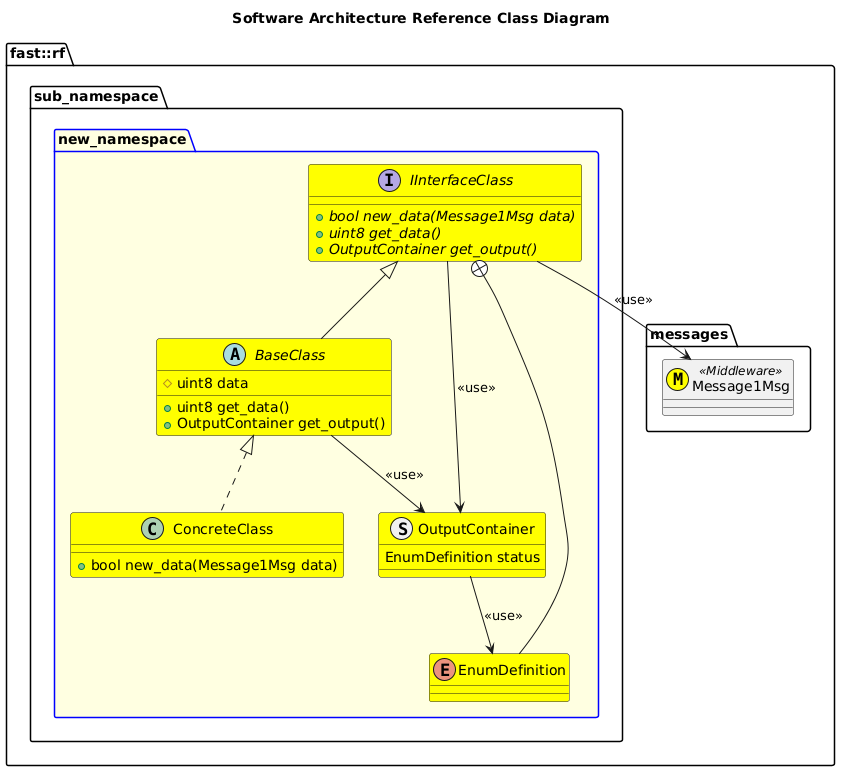
Before: doc/ADR/015-ADRSoftwareArchitectureDesignReference/puml/SoftwareArchitectureReferenceClassDiagram.png, a diagram exported from PlantUML (fastrobotics/robot_framework).
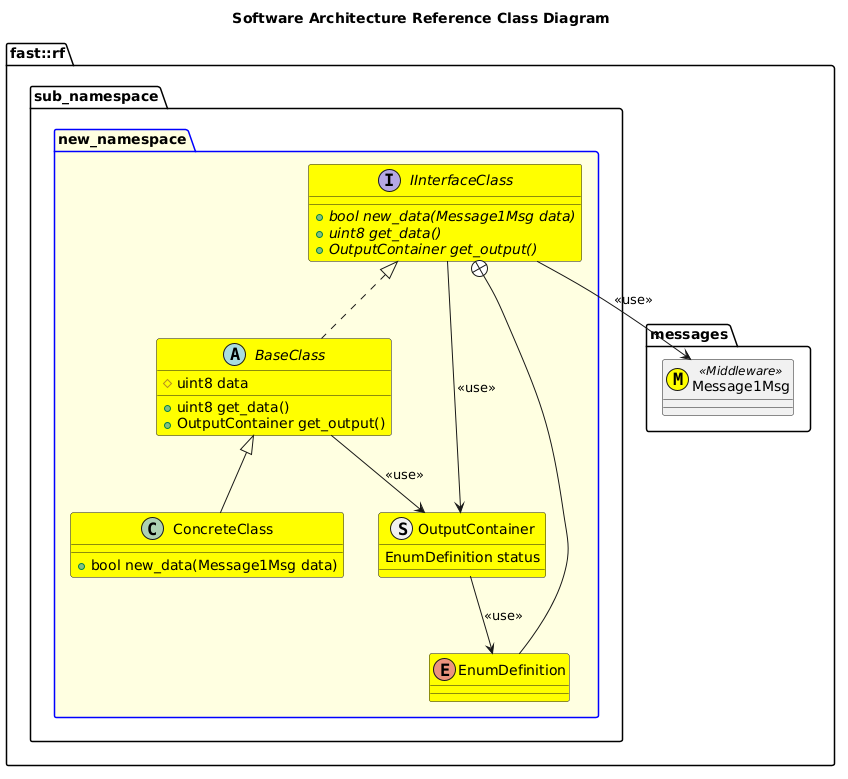
After the change.

The edit, as a diff of the source:
```diff
@@ -26,14 +26,14 @@
                 +OutputContainer get_output()
                 #uint8 data
             }
-            BaseClass -up-|> IInterfaceClass
+            BaseClass .up.|> IInterfaceClass
 
             BaseClass --> OutputContainer: <<use>>
 
             class ConcreteClass #Yellow {
                 +bool new_data(Message1Msg data)
             }
-            ConcreteClass .up.|> BaseClass
+            ConcreteClass -up-|> BaseClass
         }
     }
 }
```
